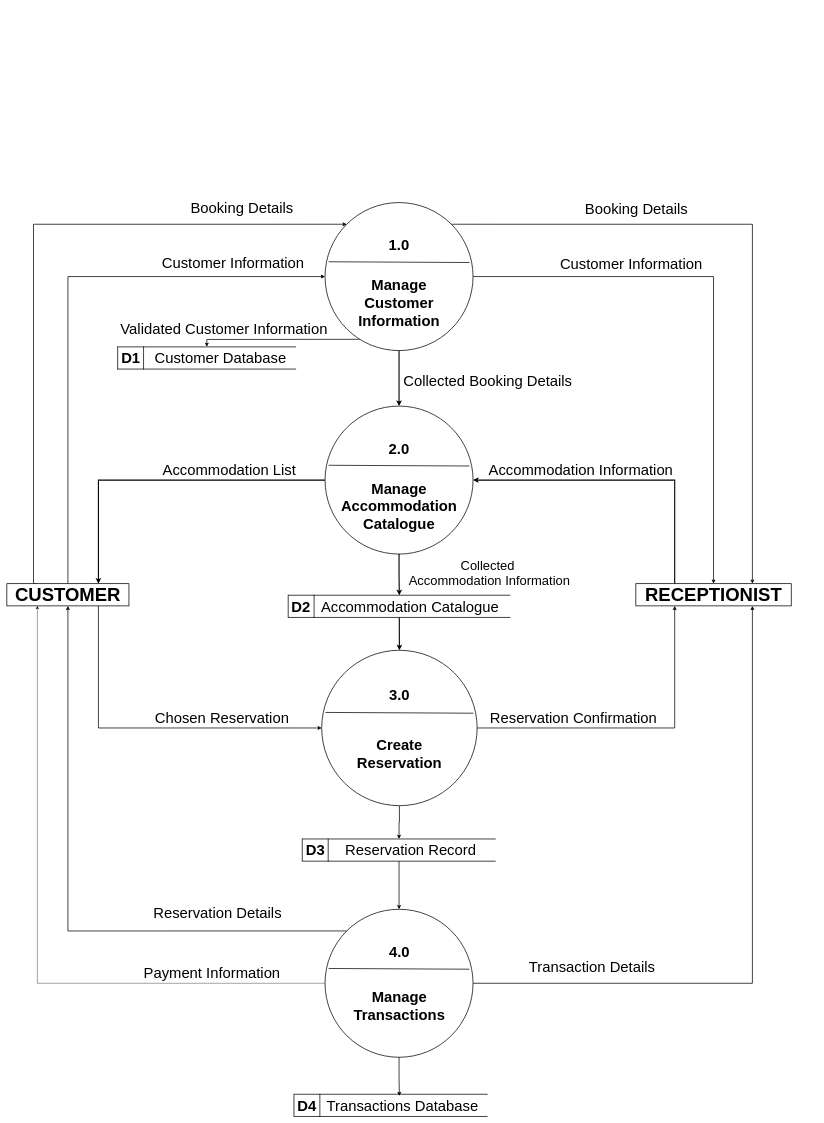
Before: CC13/TopLevelDiagram.drawio in doyaoencab/draw.io, a draw.io diagram. Source tidied: cells renumbered, new cells numbered last; positions are measured from the earlier drawing's top-left corner, leaving out a move shared by most shapes. Both pictures are drawn from the tidied source at 37%, with x=0, y=0 at pixel (7, 197).
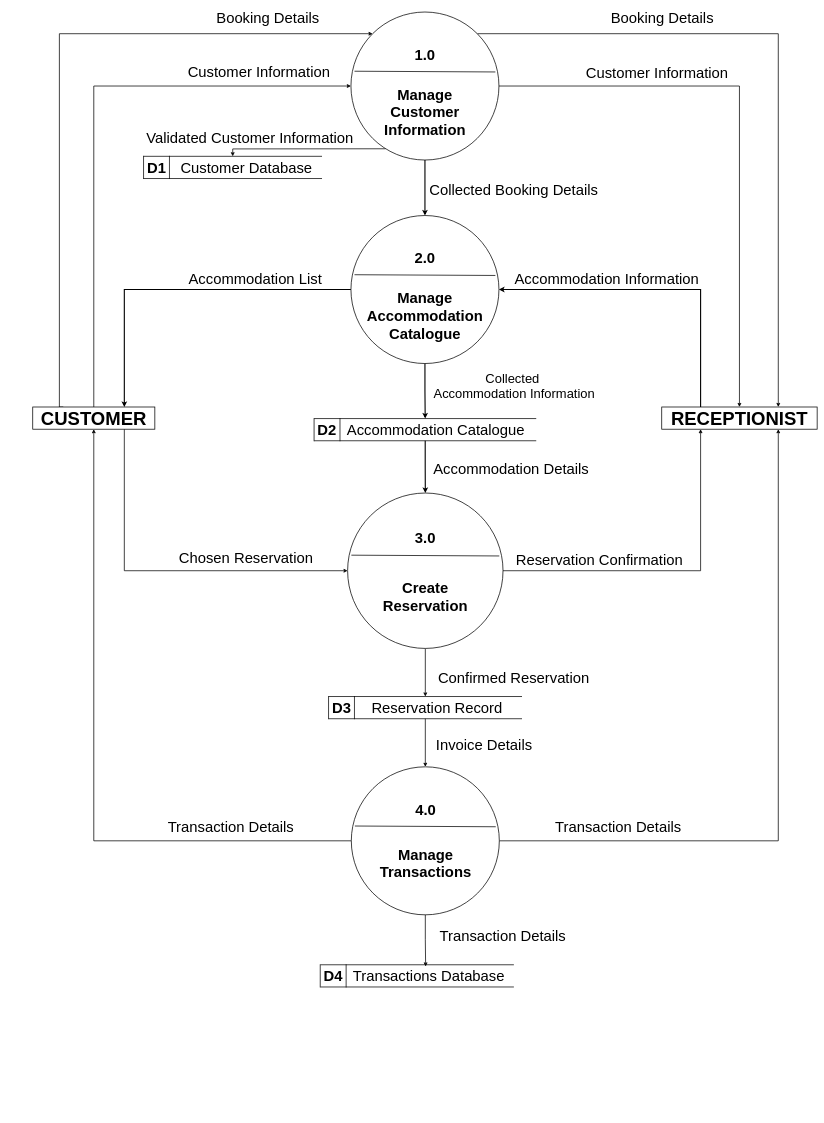
Above is the later version.

The edit, as a diff of the source:
```diff
@@
     <mxCell id="2" style="edgeStyle=orthogonalEdgeStyle;rounded=0;jettySize=auto;html=1;exitX=0.234;exitY=0.924;exitDx=0;exitDy=0;entryX=0;entryY=0.5;entryDx=0;entryDy=0;strokeWidth=2;exitPerimeter=0;" parent="1" edge="1" source="6" target="34">
       <mxGeometry relative="1" as="geometry">
         <Array as="points">
-          <mxPoint x="950" y="385" />
-          <mxPoint x="540" y="385" />
+          <mxPoint x="1020" y="-130" />
+          <mxPoint x="610" y="-130" />
         </Array>
       </mxGeometry>
     </mxCell>
@@
     <mxCell id="6" style="ellipse;whiteSpace=wrap;html=1;strokeWidth=2;" parent="1" vertex="1">
-      <mxGeometry x="860" y="15" width="400" height="400" as="geometry" />
+      <mxGeometry x="930" y="-500" width="400" height="400" as="geometry" />
     </mxCell>
@@
     <mxCell id="8" value="&lt;b&gt;&lt;font&gt;1.0&lt;/font&gt;&lt;/b&gt;" style="text;html=1;align=center;verticalAlign=middle;whiteSpace=wrap;rounded=0;fontSize=40;strokeWidth=2;" parent="1" vertex="1">
-      <mxGeometry x="1030" y="115" width="60" height="30" as="geometry" />
+      <mxGeometry x="1100" y="-400" width="60" height="30" as="geometry" />
     </mxCell>
@@
     <mxCell id="11" style="ellipse;whiteSpace=wrap;html=1;strokeWidth=2;" parent="1" vertex="1">
-      <mxGeometry x="860" y="565" width="400" height="400" as="geometry" />
+      <mxGeometry x="930" y="50" width="400" height="400" as="geometry" />
     </mxCell>
@@
     <mxCell id="13" value="&lt;b&gt;&lt;font&gt;2.0&lt;/font&gt;&lt;/b&gt;" style="text;html=1;align=center;verticalAlign=middle;whiteSpace=wrap;rounded=0;fontSize=40;strokeWidth=2;" parent="1" vertex="1">
-      <mxGeometry x="1030" y="665" width="60" height="30" as="geometry" />
+      <mxGeometry x="1100" y="150" width="60" height="30" as="geometry" />
     </mxCell>
     <mxCell id="14" style="edgeStyle=orthogonalEdgeStyle;rounded=0;jettySize=auto;html=1;exitX=0.25;exitY=0;exitDx=0;exitDy=0;entryX=0;entryY=0;entryDx=0;entryDy=0;strokeWidth=2;" parent="1" edge="1" source="17" target="6">
       <mxGeometry relative="1" as="geometry">
         <Array as="points">
-          <mxPoint x="72" y="74" />
+          <mxPoint x="142" y="-441" />
         </Array>
       </mxGeometry>
     </mxCell>
@@
     <mxCell id="17" value="&lt;b&gt;&lt;font style=&quot;font-size: 50px;&quot;&gt;CUSTOMER&lt;/font&gt;&lt;/b&gt;" style="rounded=0;whiteSpace=wrap;html=1;strokeWidth=2;" parent="1" vertex="1">
-      <mxGeometry y="1045" width="330" height="60" as="geometry" />
+      <mxGeometry x="70" y="567.5" width="330" height="60" as="geometry" />
     </mxCell>
@@
     <mxCell id="20" style="ellipse;whiteSpace=wrap;html=1;strokeWidth=2;" parent="1" vertex="1">
-      <mxGeometry x="851" y="1225" width="420" height="420" as="geometry" />
+      <mxGeometry x="921" y="800" width="420" height="420" as="geometry" />
     </mxCell>
@@
     <mxCell id="22" value="&lt;b&gt;&lt;font&gt;3.0&lt;/font&gt;&lt;/b&gt;" style="text;html=1;align=center;verticalAlign=middle;whiteSpace=wrap;rounded=0;fontSize=40;strokeWidth=2;" parent="1" vertex="1">
-      <mxGeometry x="1031" y="1330" width="60" height="30" as="geometry" />
+      <mxGeometry x="1101" y="905" width="60" height="30" as="geometry" />
     </mxCell>
-    <mxCell id="23" style="edgeStyle=orthogonalEdgeStyle;rounded=0;jettySize=auto;html=1;exitX=0;exitY=0;exitDx=0;exitDy=0;entryX=0.5;entryY=1;entryDx=0;entryDy=0;strokeWidth=2;" parent="1" edge="1" source="26" target="17">
+    <mxCell id="23" style="edgeStyle=orthogonalEdgeStyle;rounded=0;jettySize=auto;html=1;exitX=0;exitY=0.5;exitDx=0;exitDy=0;entryX=0.5;entryY=1;entryDx=0;entryDy=0;strokeWidth=2;" parent="1" edge="1" source="26" target="17">
       <mxGeometry relative="1" as="geometry" />
     </mxCell>
@@
-    <mxCell id="25" style="edgeStyle=orthogonalEdgeStyle;rounded=0;jettySize=auto;html=1;exitX=0;exitY=0.5;exitDx=0;exitDy=0;entryX=0.25;entryY=1;entryDx=0;entryDy=0;" parent="1" edge="1" source="26" target="17">
-      <mxGeometry relative="1" as="geometry" />
-    </mxCell>
     <mxCell id="26" style="ellipse;whiteSpace=wrap;html=1;strokeWidth=2;" parent="1" vertex="1">
-      <mxGeometry x="860" y="1925" width="400" height="400" as="geometry" />
+      <mxGeometry x="931" y="1540" width="400" height="400" as="geometry" />
     </mxCell>
@@
     <mxCell id="28" value="&lt;b&gt;&lt;font&gt;4.0&lt;/font&gt;&lt;/b&gt;" style="text;html=1;align=center;verticalAlign=middle;whiteSpace=wrap;rounded=0;fontSize=40;strokeWidth=2;" parent="1" vertex="1">
-      <mxGeometry x="1031" y="2025" width="60" height="30" as="geometry" />
+      <mxGeometry x="1102" y="1640" width="60" height="30" as="geometry" />
     </mxCell>
     <mxCell id="29" value="&lt;b&gt;&lt;font style=&quot;font-size: 40px;&quot;&gt;Manage Customer Information&lt;/font&gt;&lt;/b&gt;" style="text;html=1;align=center;verticalAlign=middle;whiteSpace=wrap;rounded=0;strokeWidth=2;" parent="1" vertex="1">
-      <mxGeometry x="960" y="205" width="200" height="160" as="geometry" />
+      <mxGeometry x="1030" y="-310" width="200" height="160" as="geometry" />
     </mxCell>
     <mxCell id="30" value="&lt;b&gt;&lt;font&gt;Manage Accommodation Catalogue&lt;/font&gt;&lt;/b&gt;" style="text;html=1;align=center;verticalAlign=middle;whiteSpace=wrap;rounded=0;strokeWidth=2;fontSize=40;" parent="1" vertex="1">
-      <mxGeometry x="960" y="755" width="200" height="160" as="geometry" />
+      <mxGeometry x="1030" y="240" width="200" height="160" as="geometry" />
     </mxCell>
     <mxCell id="31" value="&lt;b&gt;&lt;font&gt;Create Reservation&lt;/font&gt;&lt;/b&gt;" style="text;html=1;align=center;verticalAlign=middle;whiteSpace=wrap;rounded=0;strokeWidth=2;fontSize=40;" parent="1" vertex="1">
-      <mxGeometry x="961" y="1425" width="200" height="160" as="geometry" />
+      <mxGeometry x="1031" y="1000" width="200" height="160" as="geometry" />
     </mxCell>
     <mxCell id="32" value="&lt;b&gt;&lt;font&gt;Manage Transactions&lt;/font&gt;&lt;/b&gt;" style="text;html=1;align=center;verticalAlign=middle;whiteSpace=wrap;rounded=0;strokeWidth=2;fontSize=40;" parent="1" vertex="1">
-      <mxGeometry x="961" y="2105" width="200" height="160" as="geometry" />
+      <mxGeometry x="1032" y="1720" width="200" height="160" as="geometry" />
     </mxCell>
     <mxCell id="33" value="&lt;font style=&quot;font-size: 40px;&quot;&gt;D1&lt;/font&gt;" style="shape=partialRectangle;whiteSpace=wrap;html=1;top=0;bottom=0;fillColor=none;fontStyle=1;strokeWidth=2;" parent="1" vertex="1">
-      <mxGeometry x="299.5" y="405" width="70" height="60" as="geometry" />
+      <mxGeometry x="369.5" y="-110" width="70" height="60" as="geometry" />
     </mxCell>
     <mxCell id="34" style="shape=partialRectangle;whiteSpace=wrap;html=1;top=0;bottom=0;fillColor=none;rotation=90;fontStyle=1;strokeWidth=2;" parent="1" vertex="1">
-      <mxGeometry x="510.5" y="195" width="60" height="480" as="geometry" />
+      <mxGeometry x="580.5" y="-320" width="60" height="480" as="geometry" />
     </mxCell>
     <mxCell id="35" value="&lt;font style=&quot;font-size: 40px;&quot;&gt;Customer Database&lt;/font&gt;" style="text;html=1;align=center;verticalAlign=middle;whiteSpace=wrap;rounded=0;strokeWidth=2;" parent="1" vertex="1">
-      <mxGeometry x="385.5" y="420" width="383" height="30" as="geometry" />
+      <mxGeometry x="455.5" y="-95" width="383" height="30" as="geometry" />
     </mxCell>
     <mxCell id="36" value="&lt;font style=&quot;font-size: 40px;&quot;&gt;D2&lt;/font&gt;" style="shape=partialRectangle;whiteSpace=wrap;html=1;top=0;bottom=0;fillColor=none;fontStyle=1;strokeWidth=2;" parent="1" vertex="1">
-      <mxGeometry x="760.4" y="1076.2" width="70" height="60" as="geometry" />
+      <mxGeometry x="830.4" y="598.8" width="70" height="60" as="geometry" />
     </mxCell>
@@
     <mxCell id="38" style="shape=partialRectangle;whiteSpace=wrap;html=1;top=0;bottom=0;fillColor=none;rotation=90;fontStyle=1;strokeWidth=2;" parent="1" vertex="1">
-      <mxGeometry x="1030.7" y="807.5" width="60" height="597.5" as="geometry" />
+      <mxGeometry x="1100.7" y="330" width="60" height="597.5" as="geometry" />
     </mxCell>
     <mxCell id="39" value="&lt;font style=&quot;font-size: 40px;&quot;&gt;Accommodation Catalogue&lt;/font&gt;" style="text;html=1;align=center;verticalAlign=middle;whiteSpace=wrap;rounded=0;strokeWidth=2;" parent="1" vertex="1">
-      <mxGeometry x="830.4" y="1091.2" width="518.5" height="30" as="geometry" />
+      <mxGeometry x="900.4" y="613.8" width="518.5" height="30" as="geometry" />
     </mxCell>
     <mxCell id="40" value="&lt;font style=&quot;font-size: 40px;&quot;&gt;D4&lt;/font&gt;" style="shape=partialRectangle;whiteSpace=wrap;html=1;top=0;bottom=0;fillColor=none;fontStyle=1;strokeWidth=2;" parent="1" vertex="1">
-      <mxGeometry x="776" y="2425" width="70" height="60" as="geometry" />
+      <mxGeometry x="847" y="2075" width="70" height="60" as="geometry" />
     </mxCell>
     <mxCell id="41" style="shape=partialRectangle;whiteSpace=wrap;html=1;top=0;bottom=0;fillColor=none;rotation=90;fontStyle=1;strokeWidth=2;" parent="1" vertex="1">
-      <mxGeometry x="1008" y="2195" width="60" height="520" as="geometry" />
+      <mxGeometry x="1079" y="1845" width="60" height="520" as="geometry" />
     </mxCell>
     <mxCell id="42" value="&lt;font style=&quot;font-size: 40px;&quot;&gt;Transactions Database&lt;/font&gt;" style="text;html=1;align=center;verticalAlign=middle;whiteSpace=wrap;rounded=0;strokeWidth=2;" parent="1" vertex="1">
-      <mxGeometry x="856.5" y="2440" width="424.5" height="30" as="geometry" />
+      <mxGeometry x="927.5" y="2090" width="424.5" height="30" as="geometry" />
     </mxCell>
@@
     <mxCell id="45" value="&lt;span style=&quot;font-size: 50px;&quot;&gt;&lt;b&gt;RECEPTIONIST&lt;/b&gt;&lt;/span&gt;" style="rounded=0;whiteSpace=wrap;html=1;strokeWidth=2;" parent="1" vertex="1">
-      <mxGeometry x="1700" y="1045" width="420" height="60" as="geometry" />
+      <mxGeometry x="1770" y="567.5" width="420" height="60" as="geometry" />
     </mxCell>
     <mxCell id="46" value="&lt;font style=&quot;font-size: 40px;&quot;&gt;Booking Details&lt;/font&gt;" style="text;html=1;align=center;verticalAlign=middle;strokeColor=none;fillColor=none;" parent="1" vertex="1">
-      <mxGeometry x="485" width="300" height="60" as="geometry" />
+      <mxGeometry x="555" y="-515" width="300" height="60" as="geometry" />
     </mxCell>
     <mxCell id="47" value="&lt;font style=&quot;font-size: 40px;&quot;&gt;Customer Information&lt;/font&gt;" style="edgeLabel;html=1;align=center;verticalAlign=middle;" parent="1" vertex="1">
-      <mxGeometry x="610" y="175" as="geometry" />
+      <mxGeometry x="680" y="-340" as="geometry" />
     </mxCell>
     <mxCell id="48" value="&lt;font style=&quot;font-size: 40px;&quot;&gt;Booking Details&lt;/font&gt;" style="edgeLabel;html=1;align=center;verticalAlign=middle;fontSize=30;" parent="1" vertex="1">
-      <mxGeometry x="1700" y="30" as="geometry" />
+      <mxGeometry x="1770" y="-485" as="geometry" />
     </mxCell>
     <mxCell id="49" value="&lt;font style=&quot;font-size: 40px;&quot;&gt;Customer Information&lt;/font&gt;" style="edgeLabel;html=1;align=center;verticalAlign=middle;fontSize=30;" parent="1" vertex="1">
-      <mxGeometry x="1700" y="145" as="geometry">
+      <mxGeometry x="1770" y="-370" as="geometry">
         <mxPoint x="-14" y="34" as="offset" />
       </mxGeometry>
     </mxCell>
     <mxCell id="50" value="&lt;font style=&quot;font-size: 40px;&quot;&gt;Accommodation Information&lt;/font&gt;" style="edgeLabel;html=1;align=center;verticalAlign=middle;" parent="1" vertex="1">
-      <mxGeometry x="1550" y="735" as="geometry" />
+      <mxGeometry x="1620" y="220" as="geometry" />
     </mxCell>
     <mxCell id="51" value="&lt;font style=&quot;font-size: 40px;&quot;&gt;Accommodation List&lt;/font&gt;" style="edgeLabel;html=1;align=center;verticalAlign=middle;" parent="1" vertex="1">
-      <mxGeometry x="600" y="735" as="geometry" />
+      <mxGeometry x="670" y="220" as="geometry" />
     </mxCell>
     <mxCell id="52" value="&lt;font&gt;Chosen Reservation&lt;/font&gt;" style="edgeLabel;html=1;align=center;verticalAlign=middle;fontSize=40;" parent="1" vertex="1">
-      <mxGeometry x="580" y="1405" as="geometry" />
+      <mxGeometry x="650" y="931.5" as="geometry">
+        <mxPoint x="-5" y="43" as="offset" />
+      </mxGeometry>
     </mxCell>
     <mxCell id="53" value="&lt;font&gt;Reservation Confirmation&lt;/font&gt;" style="edgeLabel;html=1;align=center;verticalAlign=middle;fontSize=40;" parent="1" vertex="1">
-      <mxGeometry x="1530" y="1405" as="geometry" />
+      <mxGeometry x="1600" y="980" as="geometry" />
     </mxCell>
-    <mxCell id="54" value="&lt;font&gt;Reservation Details&lt;/font&gt;" style="text;html=1;align=center;verticalAlign=middle;strokeColor=none;fillColor=none;fontSize=40;" parent="1" vertex="1">
-      <mxGeometry x="384" y="1905" width="370" height="60" as="geometry" />
+    <mxCell id="54" value="&lt;font&gt;Transaction Details&lt;/font&gt;" style="text;html=1;align=center;verticalAlign=middle;strokeColor=none;fillColor=none;fontSize=40;" parent="1" vertex="1">
+      <mxGeometry x="425" y="1671" width="360" height="60" as="geometry" />
     </mxCell>
-    <mxCell id="55" value="&lt;font&gt;Transaction Details&lt;/font&gt;" style="text;html=1;align=center;verticalAlign=middle;strokeColor=none;fillColor=none;fontSize=40;" parent="1" vertex="1">
-      <mxGeometry x="1401" y="2050" width="360" height="60" as="geometry" />
+    <mxCell id="55" value="Transaction Details" style="text;html=1;align=center;verticalAlign=middle;strokeColor=none;fillColor=none;fontSize=40;" parent="1" vertex="1">
+      <mxGeometry x="1472" y="1671" width="360" height="60" as="geometry" />
     </mxCell>
-    <mxCell id="56" value="&lt;font&gt;Payment Information&lt;/font&gt;" style="text;html=1;align=center;verticalAlign=middle;strokeColor=none;fillColor=none;fontSize=40;" parent="1" vertex="1">
-      <mxGeometry x="359" y="2065" width="390" height="60" as="geometry" />
-    </mxCell>
     <mxCell id="57" value="&lt;font style=&quot;font-size: 40px;&quot;&gt;D3&lt;/font&gt;" style="shape=partialRectangle;whiteSpace=wrap;html=1;top=0;bottom=0;fillColor=none;fontStyle=1;strokeWidth=2;" parent="1" vertex="1">
-      <mxGeometry x="798.5" y="1735" width="70" height="60" as="geometry" />
+      <mxGeometry x="869.5" y="1350" width="70" height="60" as="geometry" />
     </mxCell>
@@
     <mxCell id="59" style="shape=partialRectangle;whiteSpace=wrap;html=1;top=0;bottom=0;fillColor=none;rotation=90;fontStyle=1;strokeWidth=2;" parent="1" vertex="1">
-      <mxGeometry x="1030" y="1505" width="60" height="520" as="geometry" />
+      <mxGeometry x="1101" y="1120" width="60" height="520" as="geometry" />
     </mxCell>
     <mxCell id="60" value="&lt;font style=&quot;font-size: 40px;&quot;&gt;Reservation Record&lt;/font&gt;" style="text;html=1;align=center;verticalAlign=middle;whiteSpace=wrap;rounded=0;strokeWidth=2;" parent="1" vertex="1">
-      <mxGeometry x="879" y="1750" width="424.5" height="30" as="geometry" />
+      <mxGeometry x="950" y="1365" width="424.5" height="30" as="geometry" />
     </mxCell>
     <mxCell id="61" value="&lt;span style=&quot;color: rgb(0, 0, 0); font-family: Helvetica; font-style: normal; font-variant-ligatures: normal; font-variant-caps: normal; font-weight: 400; letter-spacing: normal; orphans: 2; text-indent: 0px; text-transform: none; widows: 2; word-spacing: 0px; -webkit-text-stroke-width: 0px; white-space: nowrap; background-color: rgb(255, 255, 255); text-decoration-thickness: initial; text-decoration-style: initial; text-decoration-color: initial; float: none; display: inline !important;&quot;&gt;&lt;font&gt;Validated&amp;nbsp;&lt;/font&gt;&lt;/span&gt;&lt;span style=&quot;background-color: light-dark(rgb(255, 255, 255), rgb(18, 18, 18)); color: light-dark(rgb(0, 0, 0), rgb(237, 237, 237)); text-wrap-mode: nowrap;&quot;&gt;Customer Information&lt;/span&gt;" style="text;whiteSpace=wrap;html=1;align=center;fontSize=40;" parent="1" vertex="1">
-      <mxGeometry x="317" y="325" width="539.5" height="50" as="geometry" />
+      <mxGeometry x="387" y="-190" width="539.5" height="50" as="geometry" />
     </mxCell>
     <mxCell id="62" value="&lt;span style=&quot;text-wrap-mode: nowrap; background-color: rgb(255, 255, 255);&quot;&gt;Collected&amp;nbsp;&lt;/span&gt;&lt;span style=&quot;background-color: light-dark(rgb(255, 255, 255), rgb(18, 18, 18)); text-wrap-mode: nowrap; color: light-dark(rgb(0, 0, 0), rgb(255, 255, 255));&quot;&gt;Booking Details&lt;/span&gt;" style="text;whiteSpace=wrap;html=1;align=center;fontSize=40;" parent="1" vertex="1">
-      <mxGeometry x="1150" y="465" width="300" height="50" as="geometry" />
+      <mxGeometry x="1220" y="-50" width="300" height="50" as="geometry" />
     </mxCell>
     <mxCell id="63" value="&lt;font style=&quot;font-size: 35px;&quot;&gt;&lt;font style=&quot;&quot;&gt;Collected&amp;nbsp;&lt;/font&gt;&lt;/font&gt;&lt;div&gt;&lt;font style=&quot;font-size: 35px;&quot;&gt;&lt;span style=&quot;background-color: light-dark(#ffffff, var(--ge-dark-color, #121212)); color: light-dark(rgb(0, 0, 0), rgb(255, 255, 255));&quot;&gt;Accommodation Information&lt;/span&gt;&lt;/font&gt;&lt;/div&gt;" style="edgeLabel;html=1;align=center;verticalAlign=middle;" parent="1" vertex="1">
-      <mxGeometry x="1303.5" y="1015" as="geometry" />
+      <mxGeometry x="1370" y="510" as="geometry" />
     </mxCell>
+    <mxCell id="64" value="&lt;font style=&quot;font-size: 40px;&quot;&gt;Accommodation Details&lt;/font&gt;" style="text;html=1;align=center;verticalAlign=middle;whiteSpace=wrap;rounded=0;" parent="1" vertex="1">
+      <mxGeometry x="1138" y="720" width="450" height="30" as="geometry" />
+    </mxCell>
+    <mxCell id="65" value="&lt;font style=&quot;font-size: 40px;&quot;&gt;Confirmed Reservation&lt;/font&gt;" style="text;html=1;align=center;verticalAlign=middle;whiteSpace=wrap;rounded=0;" parent="1" vertex="1">
+      <mxGeometry x="1135" y="1285" width="470" height="30" as="geometry" />
+    </mxCell>
+    <mxCell id="66" value="&lt;font style=&quot;font-size: 40px;&quot;&gt;Invoice Details&lt;/font&gt;" style="text;html=1;align=center;verticalAlign=middle;whiteSpace=wrap;rounded=0;" parent="1" vertex="1">
+      <mxGeometry x="1130" y="1465" width="320" height="30" as="geometry" />
+    </mxCell>
+    <mxCell id="67" value="Transaction Details" style="text;html=1;align=center;verticalAlign=middle;strokeColor=none;fillColor=none;fontSize=40;" parent="1" vertex="1">
+      <mxGeometry x="1160" y="1965" width="360" height="60" as="geometry" />
+    </mxCell>
```
